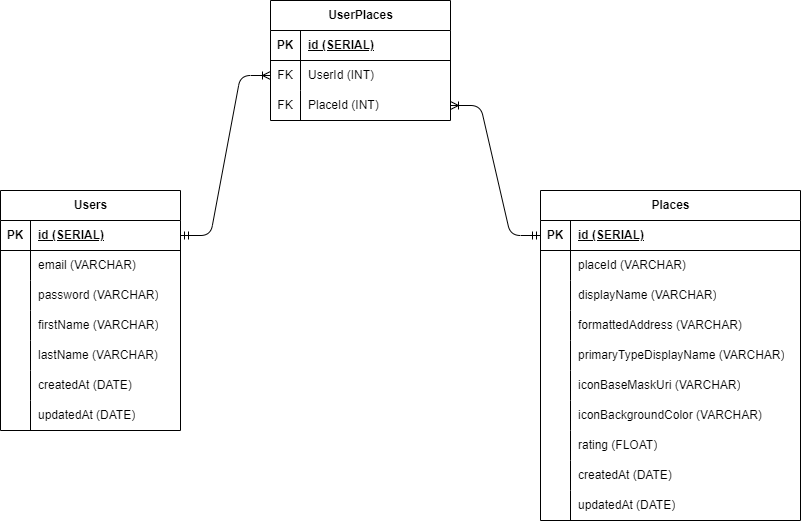
The draw.io diagram server/erd.drawio.png in zen-geohub/IP-RMT59, before a commit. Source tidied: cells renumbered, new cells last; positions are measured from the earlier drawing's top-left corner, leaving out a move shared by most shapes. Source of this version:
```xml
<mxGraphModel>
  <root>
    <mxCell id="0" />
    <mxCell id="1" parent="0" />
    <mxCell id="2" value="Users" style="shape=table;startSize=30;rowLines=0;fontStyle=1;align=center;html=1;" parent="1" vertex="1">
      <mxGeometry y="190" width="180" height="240" as="geometry" />
    </mxCell>
    <mxCell id="3" style="shape=tableRow;horizontal=0;startSize=0;swimlaneHead=0;swimlaneBody=0;fillColor=none;points=[[0,0.5],[1,0.5]];portConstraint=eastwest;top=0;left=0;right=0;bottom=1;" parent="2" vertex="1">
      <mxGeometry y="30" width="180" height="30" as="geometry" />
    </mxCell>
    <mxCell id="4" value="PK" style="shape=partialRectangle;fillColor=none;top=0;left=0;bottom=0;right=0;fontStyle=1;overflow=hidden;whiteSpace=wrap;html=1;" parent="3" vertex="1">
      <mxGeometry width="30" height="30" as="geometry" />
    </mxCell>
    <mxCell id="5" value="id (SERIAL)" style="shape=partialRectangle;fillColor=none;top=0;left=0;bottom=0;right=0;align=left;spacingLeft=6;fontStyle=5;overflow=hidden;whiteSpace=wrap;html=1;" parent="3" vertex="1">
      <mxGeometry x="30" width="150" height="30" as="geometry" />
    </mxCell>
    <mxCell id="6" style="shape=tableRow;horizontal=0;startSize=0;swimlaneHead=0;swimlaneBody=0;fillColor=none;top=0;left=0;right=0;bottom=0;" parent="2" vertex="1">
      <mxGeometry y="60" width="180" height="30" as="geometry" />
    </mxCell>
    <mxCell id="7" style="shape=partialRectangle;fillColor=none;top=0;left=0;bottom=0;right=0;overflow=hidden;whiteSpace=wrap;html=1;" parent="6" vertex="1">
      <mxGeometry width="30" height="30" as="geometry" />
    </mxCell>
    <mxCell id="8" value="email (VARCHAR)" style="shape=partialRectangle;fillColor=none;top=0;left=0;bottom=0;right=0;align=left;spacingLeft=6;overflow=hidden;whiteSpace=wrap;html=1;" parent="6" vertex="1">
      <mxGeometry x="30" width="150" height="30" as="geometry" />
    </mxCell>
    <mxCell id="9" style="shape=tableRow;horizontal=0;startSize=0;swimlaneHead=0;swimlaneBody=0;fillColor=none;top=0;left=0;right=0;bottom=0;" parent="2" vertex="1">
      <mxGeometry y="90" width="180" height="30" as="geometry" />
    </mxCell>
    <mxCell id="10" style="shape=partialRectangle;fillColor=none;top=0;left=0;bottom=0;right=0;overflow=hidden;whiteSpace=wrap;html=1;" parent="9" vertex="1">
      <mxGeometry width="30" height="30" as="geometry" />
    </mxCell>
    <mxCell id="11" value="password (VARCHAR)" style="shape=partialRectangle;fillColor=none;top=0;left=0;bottom=0;right=0;align=left;spacingLeft=6;overflow=hidden;whiteSpace=wrap;html=1;" parent="9" vertex="1">
      <mxGeometry x="30" width="150" height="30" as="geometry" />
    </mxCell>
    <mxCell id="12" style="shape=tableRow;horizontal=0;startSize=0;swimlaneHead=0;swimlaneBody=0;fillColor=none;top=0;left=0;right=0;bottom=0;" parent="2" vertex="1">
      <mxGeometry y="120" width="180" height="30" as="geometry" />
    </mxCell>
    <mxCell id="13" style="shape=partialRectangle;fillColor=none;top=0;left=0;bottom=0;right=0;overflow=hidden;whiteSpace=wrap;html=1;" parent="12" vertex="1">
      <mxGeometry width="30" height="30" as="geometry" />
    </mxCell>
    <mxCell id="14" value="firstName (VARCHAR)" style="shape=partialRectangle;fillColor=none;top=0;left=0;bottom=0;right=0;align=left;spacingLeft=6;overflow=hidden;whiteSpace=wrap;html=1;" parent="12" vertex="1">
      <mxGeometry x="30" width="150" height="30" as="geometry" />
    </mxCell>
    <mxCell id="15" style="shape=tableRow;horizontal=0;startSize=0;swimlaneHead=0;swimlaneBody=0;fillColor=none;top=0;left=0;right=0;bottom=0;" parent="2" vertex="1">
      <mxGeometry y="150" width="180" height="30" as="geometry" />
    </mxCell>
    <mxCell id="16" style="shape=partialRectangle;fillColor=none;top=0;left=0;bottom=0;right=0;overflow=hidden;whiteSpace=wrap;html=1;" parent="15" vertex="1">
      <mxGeometry width="30" height="30" as="geometry" />
    </mxCell>
    <mxCell id="17" value="lastName (VARCHAR)" style="shape=partialRectangle;fillColor=none;top=0;left=0;bottom=0;right=0;align=left;spacingLeft=6;overflow=hidden;whiteSpace=wrap;html=1;" parent="15" vertex="1">
      <mxGeometry x="30" width="150" height="30" as="geometry" />
    </mxCell>
    <mxCell id="18" style="shape=tableRow;horizontal=0;startSize=0;swimlaneHead=0;swimlaneBody=0;fillColor=none;top=0;left=0;right=0;bottom=0;" parent="2" vertex="1">
      <mxGeometry y="180" width="180" height="30" as="geometry" />
    </mxCell>
    <mxCell id="19" style="shape=partialRectangle;fillColor=none;top=0;left=0;bottom=0;right=0;overflow=hidden;whiteSpace=wrap;html=1;" parent="18" vertex="1">
      <mxGeometry width="30" height="30" as="geometry" />
    </mxCell>
    <mxCell id="20" value="createdAt (DATE)" style="shape=partialRectangle;fillColor=none;top=0;left=0;bottom=0;right=0;align=left;spacingLeft=6;overflow=hidden;whiteSpace=wrap;html=1;" parent="18" vertex="1">
      <mxGeometry x="30" width="150" height="30" as="geometry" />
    </mxCell>
    <mxCell id="21" style="shape=tableRow;horizontal=0;startSize=0;swimlaneHead=0;swimlaneBody=0;fillColor=none;top=0;left=0;right=0;bottom=0;" parent="2" vertex="1">
      <mxGeometry y="210" width="180" height="30" as="geometry" />
    </mxCell>
    <mxCell id="22" style="shape=partialRectangle;fillColor=none;top=0;left=0;bottom=0;right=0;overflow=hidden;whiteSpace=wrap;html=1;" parent="21" vertex="1">
      <mxGeometry width="30" height="30" as="geometry" />
    </mxCell>
    <mxCell id="23" value="updatedAt (DATE)" style="shape=partialRectangle;fillColor=none;top=0;left=0;bottom=0;right=0;align=left;spacingLeft=6;overflow=hidden;whiteSpace=wrap;html=1;" parent="21" vertex="1">
      <mxGeometry x="30" width="150" height="30" as="geometry" />
    </mxCell>
    <mxCell id="24" value="Places" style="shape=table;startSize=30;rowLines=0;fontStyle=1;align=center;html=1;" parent="1" vertex="1">
      <mxGeometry x="540" y="190" width="260" height="330" as="geometry" />
    </mxCell>
    <mxCell id="25" style="shape=tableRow;horizontal=0;startSize=0;swimlaneHead=0;swimlaneBody=0;fillColor=none;points=[[0,0.5],[1,0.5]];portConstraint=eastwest;top=0;left=0;right=0;bottom=1;" parent="24" vertex="1">
      <mxGeometry y="30" width="260" height="30" as="geometry" />
    </mxCell>
    <mxCell id="26" value="PK" style="shape=partialRectangle;fillColor=none;top=0;left=0;bottom=0;right=0;fontStyle=1;overflow=hidden;whiteSpace=wrap;html=1;" parent="25" vertex="1">
      <mxGeometry width="30" height="30" as="geometry" />
    </mxCell>
    <mxCell id="27" value="id (SERIAL)" style="shape=partialRectangle;fillColor=none;top=0;left=0;bottom=0;right=0;align=left;spacingLeft=6;fontStyle=5;overflow=hidden;whiteSpace=wrap;html=1;" parent="25" vertex="1">
      <mxGeometry x="30" width="230" height="30" as="geometry" />
    </mxCell>
    <mxCell id="28" style="shape=tableRow;horizontal=0;startSize=0;swimlaneHead=0;swimlaneBody=0;fillColor=none;top=0;left=0;right=0;bottom=0;" parent="24" vertex="1">
      <mxGeometry y="60" width="260" height="30" as="geometry" />
    </mxCell>
    <mxCell id="29" style="shape=partialRectangle;fillColor=none;top=0;left=0;bottom=0;right=0;overflow=hidden;whiteSpace=wrap;html=1;" parent="28" vertex="1">
      <mxGeometry width="30" height="30" as="geometry" />
    </mxCell>
    <mxCell id="30" value="placeId (VARCHAR)" style="shape=partialRectangle;fillColor=none;top=0;left=0;bottom=0;right=0;align=left;spacingLeft=6;overflow=hidden;whiteSpace=wrap;html=1;" parent="28" vertex="1">
      <mxGeometry x="30" width="230" height="30" as="geometry" />
    </mxCell>
    <mxCell id="31" style="shape=tableRow;horizontal=0;startSize=0;swimlaneHead=0;swimlaneBody=0;fillColor=none;top=0;left=0;right=0;bottom=0;" parent="24" vertex="1">
      <mxGeometry y="90" width="260" height="30" as="geometry" />
    </mxCell>
    <mxCell id="32" style="shape=partialRectangle;fillColor=none;top=0;left=0;bottom=0;right=0;overflow=hidden;whiteSpace=wrap;html=1;" parent="31" vertex="1">
      <mxGeometry width="30" height="30" as="geometry" />
    </mxCell>
    <mxCell id="33" value="displayName (VARCHAR)" style="shape=partialRectangle;fillColor=none;top=0;left=0;bottom=0;right=0;align=left;spacingLeft=6;overflow=hidden;whiteSpace=wrap;html=1;" parent="31" vertex="1">
      <mxGeometry x="30" width="230" height="30" as="geometry" />
    </mxCell>
    <mxCell id="34" style="shape=tableRow;horizontal=0;startSize=0;swimlaneHead=0;swimlaneBody=0;fillColor=none;top=0;left=0;right=0;bottom=0;" parent="24" vertex="1">
      <mxGeometry y="120" width="260" height="30" as="geometry" />
    </mxCell>
    <mxCell id="35" style="shape=partialRectangle;fillColor=none;top=0;left=0;bottom=0;right=0;overflow=hidden;whiteSpace=wrap;html=1;" parent="34" vertex="1">
      <mxGeometry width="30" height="30" as="geometry" />
    </mxCell>
    <mxCell id="36" value="formattedAddress (VARCHAR)" style="shape=partialRectangle;fillColor=none;top=0;left=0;bottom=0;right=0;align=left;spacingLeft=6;overflow=hidden;whiteSpace=wrap;html=1;" parent="34" vertex="1">
      <mxGeometry x="30" width="230" height="30" as="geometry" />
    </mxCell>
    <mxCell id="37" style="shape=tableRow;horizontal=0;startSize=0;swimlaneHead=0;swimlaneBody=0;fillColor=none;top=0;left=0;right=0;bottom=0;" parent="24" vertex="1">
      <mxGeometry y="150" width="260" height="30" as="geometry" />
    </mxCell>
    <mxCell id="38" style="shape=partialRectangle;fillColor=none;top=0;left=0;bottom=0;right=0;overflow=hidden;whiteSpace=wrap;html=1;" parent="37" vertex="1">
      <mxGeometry width="30" height="30" as="geometry" />
    </mxCell>
    <mxCell id="39" value="primaryTypeDisplayName (VARCHAR)" style="shape=partialRectangle;fillColor=none;top=0;left=0;bottom=0;right=0;align=left;spacingLeft=6;overflow=hidden;whiteSpace=wrap;html=1;" parent="37" vertex="1">
      <mxGeometry x="30" width="230" height="30" as="geometry" />
    </mxCell>
    <mxCell id="40" style="shape=tableRow;horizontal=0;startSize=0;swimlaneHead=0;swimlaneBody=0;fillColor=none;top=0;left=0;right=0;bottom=0;" parent="24" vertex="1">
      <mxGeometry y="180" width="260" height="30" as="geometry" />
    </mxCell>
    <mxCell id="41" style="shape=partialRectangle;fillColor=none;top=0;left=0;bottom=0;right=0;overflow=hidden;whiteSpace=wrap;html=1;" parent="40" vertex="1">
      <mxGeometry width="30" height="30" as="geometry" />
    </mxCell>
    <mxCell id="42" value="iconBaseMaskUri (VARCHAR)" style="shape=partialRectangle;fillColor=none;top=0;left=0;bottom=0;right=0;align=left;spacingLeft=6;overflow=hidden;whiteSpace=wrap;html=1;" parent="40" vertex="1">
      <mxGeometry x="30" width="230" height="30" as="geometry" />
    </mxCell>
    <mxCell id="43" style="shape=tableRow;horizontal=0;startSize=0;swimlaneHead=0;swimlaneBody=0;fillColor=none;top=0;left=0;right=0;bottom=0;" parent="24" vertex="1">
      <mxGeometry y="210" width="260" height="30" as="geometry" />
    </mxCell>
    <mxCell id="44" style="shape=partialRectangle;fillColor=none;top=0;left=0;bottom=0;right=0;overflow=hidden;whiteSpace=wrap;html=1;" parent="43" vertex="1">
      <mxGeometry width="30" height="30" as="geometry" />
    </mxCell>
    <mxCell id="45" value="iconBackgroundColor (VARCHAR)" style="shape=partialRectangle;fillColor=none;top=0;left=0;bottom=0;right=0;align=left;spacingLeft=6;overflow=hidden;whiteSpace=wrap;html=1;" parent="43" vertex="1">
      <mxGeometry x="30" width="230" height="30" as="geometry" />
    </mxCell>
    <mxCell id="46" style="shape=tableRow;horizontal=0;startSize=0;swimlaneHead=0;swimlaneBody=0;fillColor=none;top=0;left=0;right=0;bottom=0;" parent="24" vertex="1">
      <mxGeometry y="240" width="260" height="30" as="geometry" />
    </mxCell>
    <mxCell id="47" style="shape=partialRectangle;fillColor=none;top=0;left=0;bottom=0;right=0;overflow=hidden;whiteSpace=wrap;html=1;" parent="46" vertex="1">
      <mxGeometry width="30" height="30" as="geometry" />
    </mxCell>
    <mxCell id="48" value="rating (FLOAT)" style="shape=partialRectangle;fillColor=none;top=0;left=0;bottom=0;right=0;align=left;spacingLeft=6;overflow=hidden;whiteSpace=wrap;html=1;" parent="46" vertex="1">
      <mxGeometry x="30" width="230" height="30" as="geometry" />
    </mxCell>
    <mxCell id="49" style="shape=tableRow;horizontal=0;startSize=0;swimlaneHead=0;swimlaneBody=0;fillColor=none;top=0;left=0;right=0;bottom=0;" parent="24" vertex="1">
      <mxGeometry y="270" width="260" height="30" as="geometry" />
    </mxCell>
    <mxCell id="50" style="shape=partialRectangle;fillColor=none;top=0;left=0;bottom=0;right=0;overflow=hidden;whiteSpace=wrap;html=1;" parent="49" vertex="1">
      <mxGeometry width="30" height="30" as="geometry" />
    </mxCell>
    <mxCell id="51" value="createdAt (DATE)" style="shape=partialRectangle;fillColor=none;top=0;left=0;bottom=0;right=0;align=left;spacingLeft=6;overflow=hidden;whiteSpace=wrap;html=1;" parent="49" vertex="1">
      <mxGeometry x="30" width="230" height="30" as="geometry" />
    </mxCell>
    <mxCell id="52" style="shape=tableRow;horizontal=0;startSize=0;swimlaneHead=0;swimlaneBody=0;fillColor=none;top=0;left=0;right=0;bottom=0;" parent="24" vertex="1">
      <mxGeometry y="300" width="260" height="30" as="geometry" />
    </mxCell>
    <mxCell id="53" style="shape=partialRectangle;fillColor=none;top=0;left=0;bottom=0;right=0;overflow=hidden;whiteSpace=wrap;html=1;" parent="52" vertex="1">
      <mxGeometry width="30" height="30" as="geometry" />
    </mxCell>
    <mxCell id="54" value="updatedAt (DATE)" style="shape=partialRectangle;fillColor=none;top=0;left=0;bottom=0;right=0;align=left;spacingLeft=6;overflow=hidden;whiteSpace=wrap;html=1;" parent="52" vertex="1">
      <mxGeometry x="30" width="230" height="30" as="geometry" />
    </mxCell>
    <mxCell id="55" value="UserPlaces" style="shape=table;startSize=30;rowLines=0;fontStyle=1;align=center;html=1;" parent="1" vertex="1">
      <mxGeometry x="270" width="180" height="120" as="geometry" />
    </mxCell>
    <mxCell id="56" style="shape=tableRow;horizontal=0;startSize=0;swimlaneHead=0;swimlaneBody=0;fillColor=none;top=0;left=0;right=0;bottom=1;" parent="55" vertex="1">
      <mxGeometry y="30" width="180" height="30" as="geometry" />
    </mxCell>
    <mxCell id="57" value="PK" style="shape=partialRectangle;fillColor=none;top=0;left=0;bottom=0;right=0;fontStyle=1;overflow=hidden;whiteSpace=wrap;html=1;" parent="56" vertex="1">
      <mxGeometry width="30" height="30" as="geometry" />
    </mxCell>
    <mxCell id="58" value="id (SERIAL)" style="shape=partialRectangle;fillColor=none;top=0;left=0;bottom=0;right=0;align=left;spacingLeft=6;fontStyle=5;overflow=hidden;whiteSpace=wrap;html=1;" parent="56" vertex="1">
      <mxGeometry x="30" width="150" height="30" as="geometry" />
    </mxCell>
    <mxCell id="59" style="shape=tableRow;horizontal=0;startSize=0;swimlaneHead=0;swimlaneBody=0;fillColor=none;points=[[0,0.5],[1,0.5]];portConstraint=eastwest;top=0;left=0;right=0;bottom=0;" parent="55" vertex="1">
      <mxGeometry y="60" width="180" height="30" as="geometry" />
    </mxCell>
    <mxCell id="60" value="FK" style="shape=partialRectangle;fillColor=none;top=0;left=0;bottom=0;right=0;overflow=hidden;whiteSpace=wrap;html=1;" parent="59" vertex="1">
      <mxGeometry width="30" height="30" as="geometry" />
    </mxCell>
    <mxCell id="61" value="UserId (INT)" style="shape=partialRectangle;fillColor=none;top=0;left=0;bottom=0;right=0;align=left;spacingLeft=6;overflow=hidden;whiteSpace=wrap;html=1;" parent="59" vertex="1">
      <mxGeometry x="30" width="150" height="30" as="geometry" />
    </mxCell>
    <mxCell id="62" style="shape=tableRow;horizontal=0;startSize=0;swimlaneHead=0;swimlaneBody=0;fillColor=none;points=[[0,0.5],[1,0.5]];portConstraint=eastwest;top=0;left=0;right=0;bottom=0;" parent="55" vertex="1">
      <mxGeometry y="90" width="180" height="30" as="geometry" />
    </mxCell>
    <mxCell id="63" value="FK" style="shape=partialRectangle;fillColor=none;top=0;left=0;bottom=0;right=0;overflow=hidden;whiteSpace=wrap;html=1;" parent="62" vertex="1">
      <mxGeometry width="30" height="30" as="geometry" />
    </mxCell>
    <mxCell id="64" value="PlaceId (INT)" style="shape=partialRectangle;fillColor=none;top=0;left=0;bottom=0;right=0;align=left;spacingLeft=6;overflow=hidden;whiteSpace=wrap;html=1;" parent="62" vertex="1">
      <mxGeometry x="30" width="150" height="30" as="geometry" />
    </mxCell>
    <mxCell id="65" style="edgeStyle=entityRelationEdgeStyle;fontSize=12;html=1;endArrow=ERoneToMany;startArrow=ERmandOne;exitX=1;exitY=0.5;exitDx=0;exitDy=0;entryX=0;entryY=0.5;entryDx=0;entryDy=0;" parent="1" edge="1" source="3" target="59">
      <mxGeometry relative="1" as="geometry" />
    </mxCell>
    <mxCell id="66" style="edgeStyle=entityRelationEdgeStyle;fontSize=12;html=1;endArrow=ERoneToMany;startArrow=ERmandOne;exitX=0;exitY=0.5;exitDx=0;exitDy=0;entryX=1;entryY=0.5;entryDx=0;entryDy=0;" parent="1" edge="1" source="25" target="62">
      <mxGeometry relative="1" as="geometry" />
    </mxCell>
  </root>
</mxGraphModel>
```
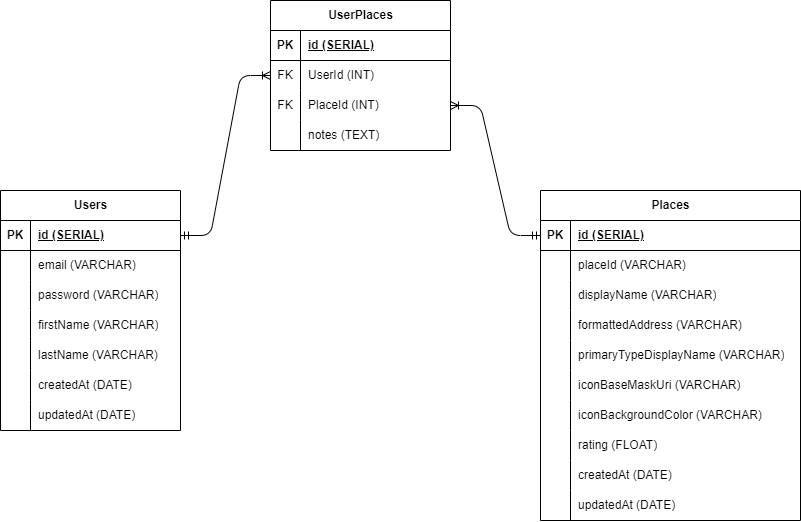
Later version of the same file.

The edit, as a diff of the source:
```diff
@@ -162,7 +162,7 @@
       <mxGeometry x="30" width="230" height="30" as="geometry" />
     </mxCell>
     <mxCell id="55" value="UserPlaces" style="shape=table;startSize=30;rowLines=0;fontStyle=1;align=center;html=1;" parent="1" vertex="1">
-      <mxGeometry x="270" width="180" height="120" as="geometry" />
+      <mxGeometry x="270" width="180" height="150" as="geometry" />
     </mxCell>
     <mxCell id="56" style="shape=tableRow;horizontal=0;startSize=0;swimlaneHead=0;swimlaneBody=0;fillColor=none;top=0;left=0;right=0;bottom=1;" parent="55" vertex="1">
       <mxGeometry y="30" width="180" height="30" as="geometry" />
@@ -191,6 +191,15 @@
     <mxCell id="64" value="PlaceId (INT)" style="shape=partialRectangle;fillColor=none;top=0;left=0;bottom=0;right=0;align=left;spacingLeft=6;overflow=hidden;whiteSpace=wrap;html=1;" parent="62" vertex="1">
       <mxGeometry x="30" width="150" height="30" as="geometry" />
     </mxCell>
+    <mxCell id="67" style="shape=tableRow;horizontal=0;startSize=0;swimlaneHead=0;swimlaneBody=0;fillColor=none;top=0;left=0;right=0;bottom=0;" parent="55" vertex="1">
+      <mxGeometry y="120" width="180" height="30" as="geometry" />
+    </mxCell>
+    <mxCell id="68" style="shape=partialRectangle;fillColor=none;top=0;left=0;bottom=0;right=0;overflow=hidden;whiteSpace=wrap;html=1;" parent="67" vertex="1">
+      <mxGeometry width="30" height="30" as="geometry" />
+    </mxCell>
+    <mxCell id="69" value="notes (TEXT)" style="shape=partialRectangle;fillColor=none;top=0;left=0;bottom=0;right=0;align=left;spacingLeft=6;overflow=hidden;whiteSpace=wrap;html=1;" parent="67" vertex="1">
+      <mxGeometry x="30" width="150" height="30" as="geometry" />
+    </mxCell>
     <mxCell id="65" style="edgeStyle=entityRelationEdgeStyle;fontSize=12;html=1;endArrow=ERoneToMany;startArrow=ERmandOne;exitX=1;exitY=0.5;exitDx=0;exitDy=0;entryX=0;entryY=0.5;entryDx=0;entryDy=0;" parent="1" edge="1" source="3" target="59">
       <mxGeometry relative="1" as="geometry" />
     </mxCell>
```
